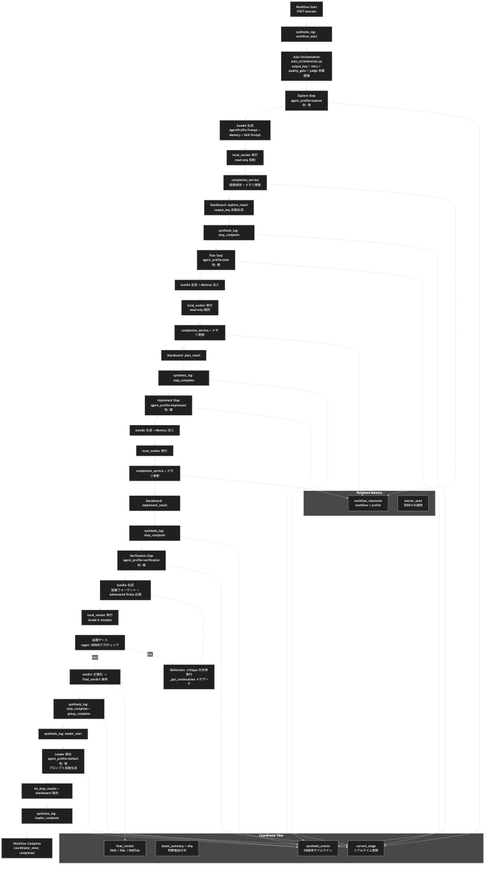
Earlier version of the Mermaid export docs/diagrams/workflow-stage-simple-flow.png (yushihonda/prompt-provision-tool). Its source is kept beside it as docs/diagrams/workflow-stage-simple-flow.mmd.
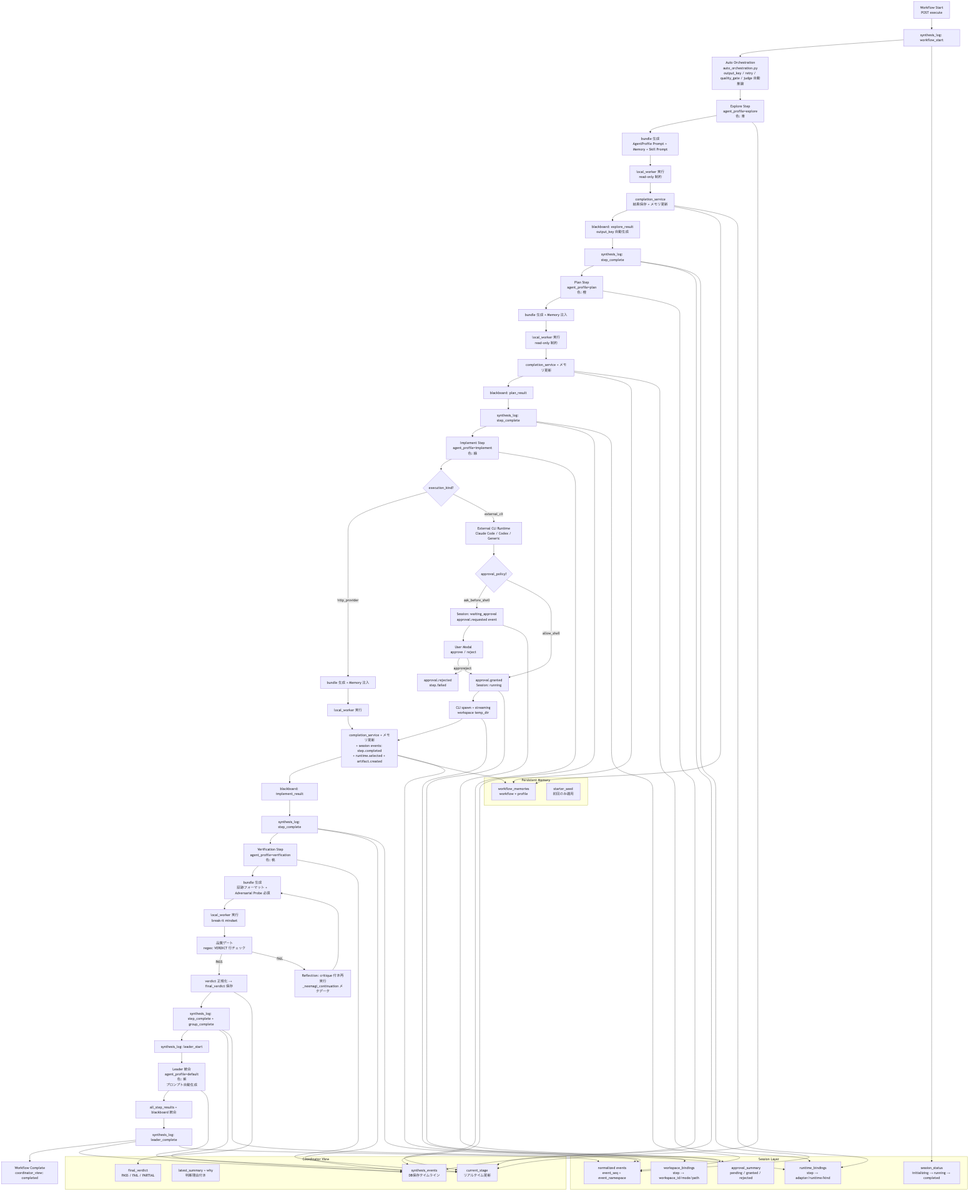
After the change.

Diff of the diagram source:
```diff
@@ -17,9 +17,19 @@
     D4 --> D5[synthesis_log: step_complete]
     D5 --> E[Implement Step<br/>agent_profile=implement<br/>色: 緑]
 
-    E --> E1[bundle 生成 + Memory 注入]
+    E --> E0{execution_kind?}
+    E0 -->|http_provider| E1[bundle 生成 + Memory 注入]
+    E0 -->|external_cli| E_CLI[External CLI Runtime<br/>Claude Code / Codex / Generic]
+    E_CLI --> E_APR{approval_policy?}
+    E_APR -->|ask_before_shell| E_WAIT[Session: waiting_approval<br/>approval.requested event]
+    E_WAIT --> E_MODAL[User Modal<br/>approve / reject]
+    E_MODAL -->|approve| E_GRANT[approval.granted<br/>Session: running]
+    E_MODAL -->|reject| E_REJECT[approval.rejected<br/>step.failed]
+    E_APR -->|allow_shell| E_GRANT
+    E_GRANT --> E_SPAWN[CLI spawn + streaming<br/>workspace temp_dir]
+    E_SPAWN --> E3
     E1 --> E2[local_worker 実行]
-    E2 --> E3[completion_service + メモリ更新]
+    E2 --> E3[completion_service + メモリ更新<br/>+ session events: step.completed<br/>+ runtime.selected + artifact.created]
     E3 --> E4[blackboard: implement_result]
     E4 --> E5[synthesis_log: step_complete]
     E5 --> F[Verification Step<br/>agent_profile=verification<br/>色: 桃]
@@ -45,6 +55,14 @@
         CV4[final_verdict<br/>PASS / FAIL / PARTIAL]
     end
 
+    subgraph Session Layer
+        SL1[session_status<br/>initializing → running → completed]
+        SL2[runtime_bindings<br/>step → adapter/runtime/kind]
+        SL3[workspace_bindings<br/>step → workspace_id/mode/path]
+        SL4[approval_summary<br/>pending / granted / rejected]
+        SL5[normalized events<br/>event_seq + event_namespace]
+    end
+
     subgraph Persistent Memory
         PM1[workflow_memories<br/>workflow × profile]
         PM2[starter_seed<br/>初回のみ適用]
@@ -67,3 +85,16 @@
     C3 --> PM1
     D3 --> PM1
     E3 --> PM1
+
+    A1 --> SL1
+    C3 --> SL2
+    D3 --> SL2
+    E3 --> SL2
+    E_SPAWN --> SL3
+    E_WAIT --> SL4
+    E_GRANT --> SL4
+    C5 --> SL5
+    D5 --> SL5
+    E5 --> SL5
+    F5 --> SL5
+    L2 --> SL5
```
